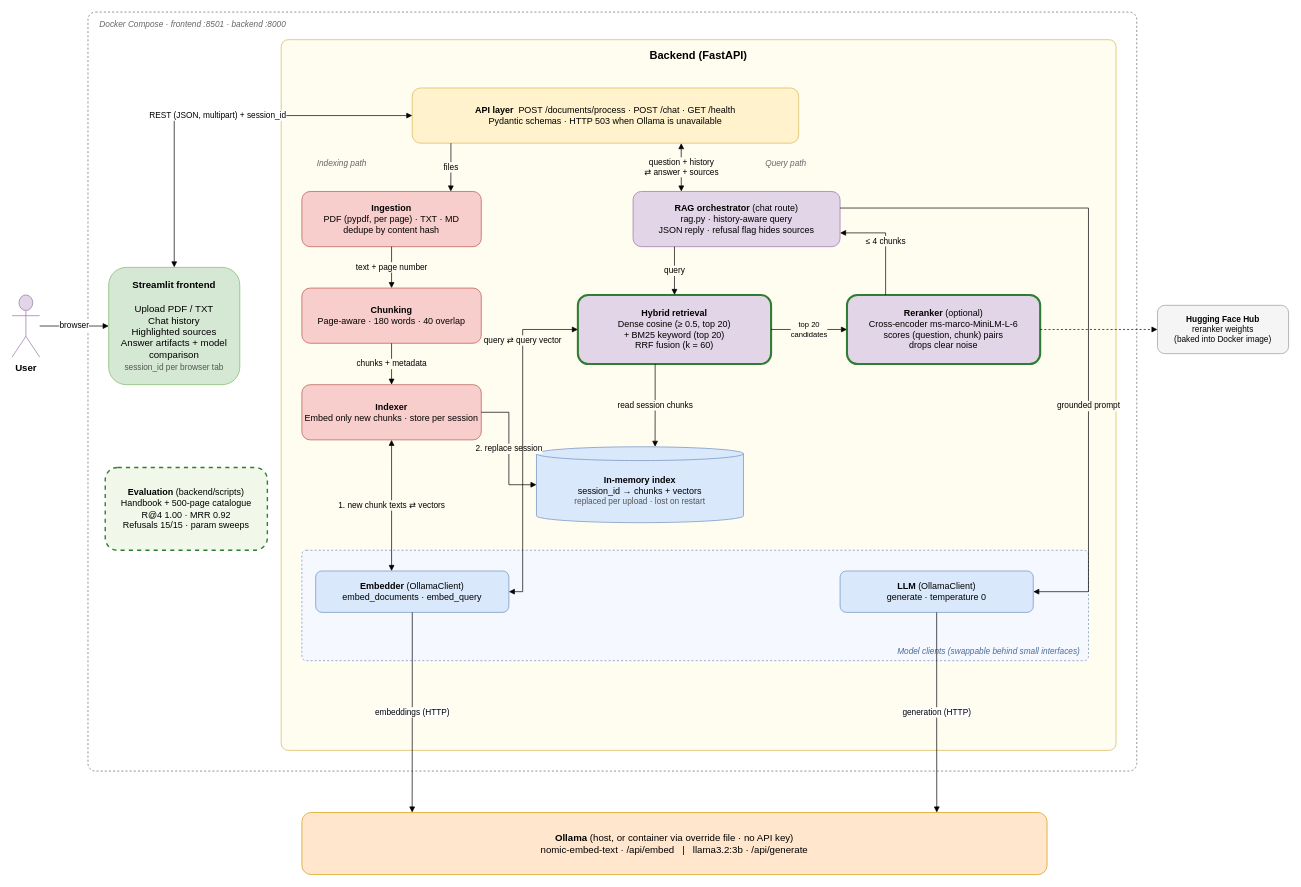
This is docs/architecture.drawio from elhamva/rag-document-assistant, a draw.io file, before an edit. Source tidied: cells renumbered, new cells numbered last; positions are measured from the earlier drawing's top-left corner, leaving out a move shared by most shapes. Both pictures are drawn from the tidied source at 69%, with x=0, y=0 at pixel (12, 12).
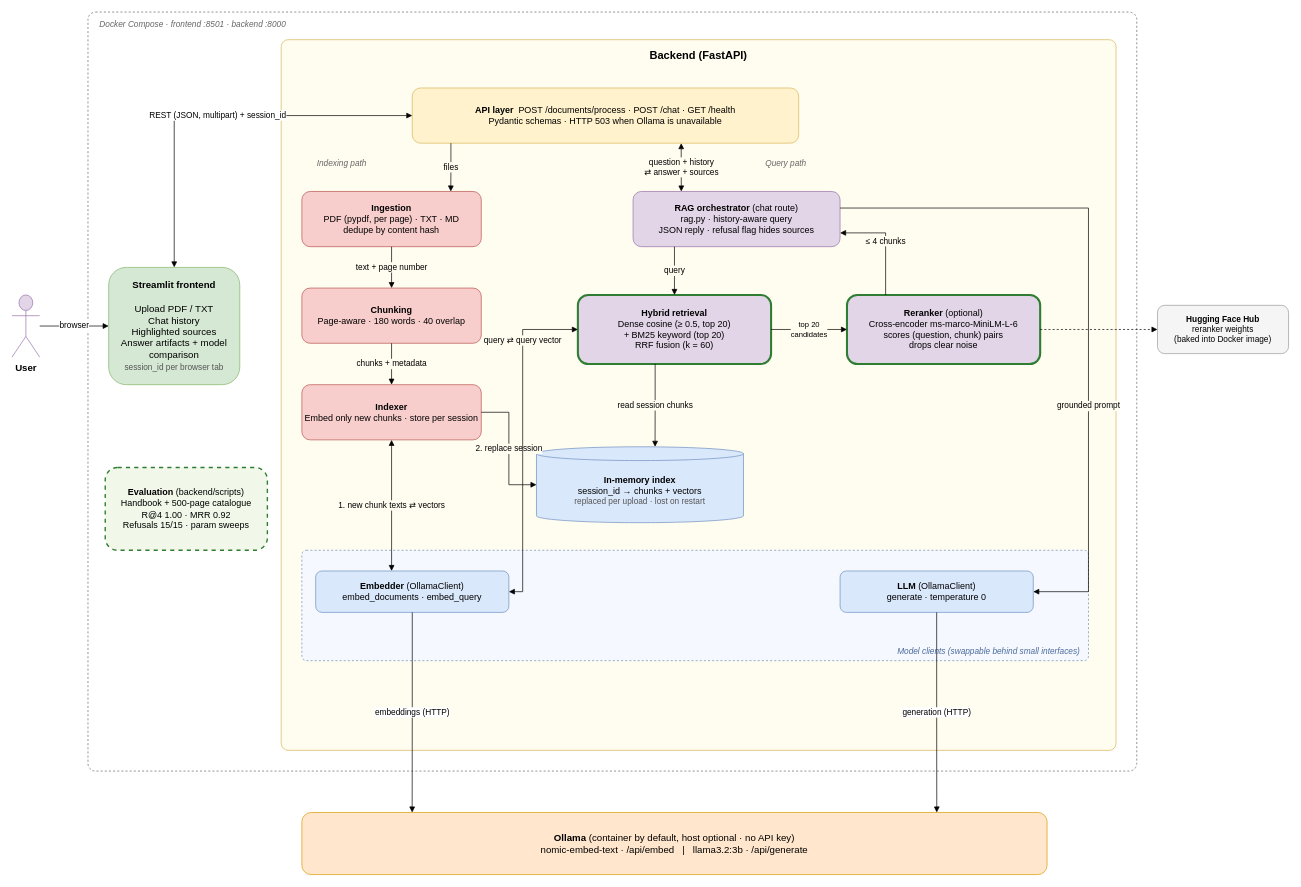
The same diagram, later.

Commit message (it also covers changes not shown here):
feat: run Ollama in Docker by default

Change to the diagram source:
```diff
@@
-    <mxCell id="21" value="&lt;b&gt;Ollama&lt;/b&gt; (host, or container via override file · no API key)&lt;br&gt;nomic-embed-text · /api/embed&amp;nbsp;&amp;nbsp;&amp;nbsp;|&amp;nbsp;&amp;nbsp;&amp;nbsp;llama3.2:3b · /api/generate" style="rounded=1;whiteSpace=wrap;html=1;fillColor=#ffe6cc;strokeColor=#d79b00;fontSize=14;" parent="1" vertex="1">
+    <mxCell id="21" value="&lt;b&gt;Ollama&lt;/b&gt; (container by default, host optional · no API key)&lt;br&gt;nomic-embed-text · /api/embed&amp;nbsp;&amp;nbsp;&amp;nbsp;|&amp;nbsp;&amp;nbsp;&amp;nbsp;llama3.2:3b · /api/generate" style="rounded=1;whiteSpace=wrap;html=1;fillColor=#ffe6cc;strokeColor=#d79b00;fontSize=14;" parent="1" vertex="1">
       <mxGeometry x="420" y="1160" width="1080" height="90" as="geometry" />
     </mxCell>
```
